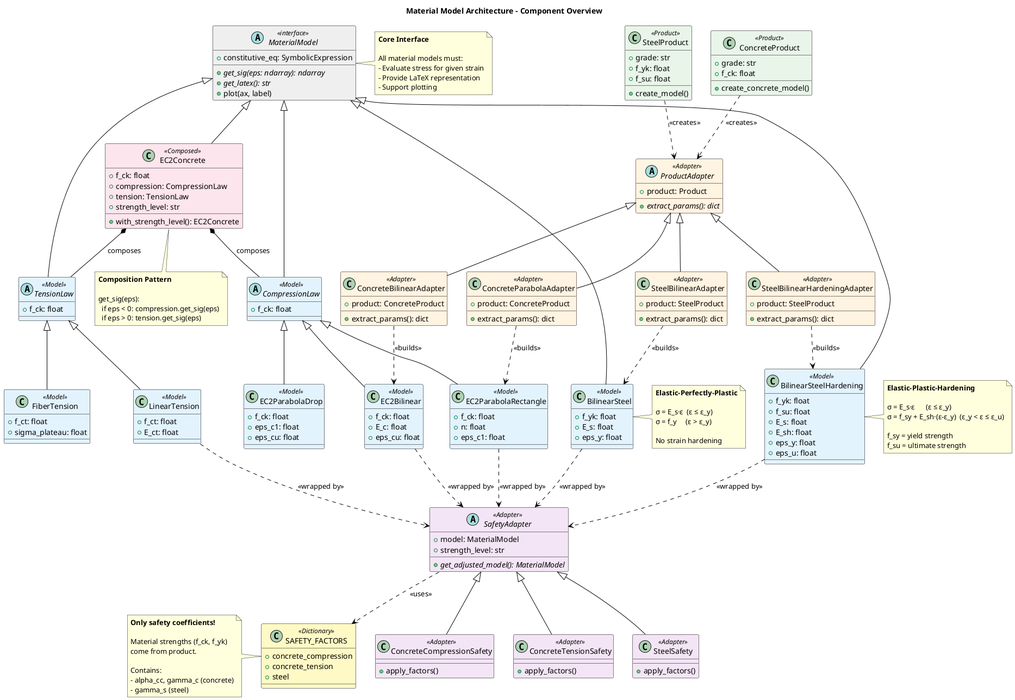
Before: dev_docs/Material Model Architecture - Overview.png, a diagram exported from PlantUML (bmcs-group/bmcs_cross_section).
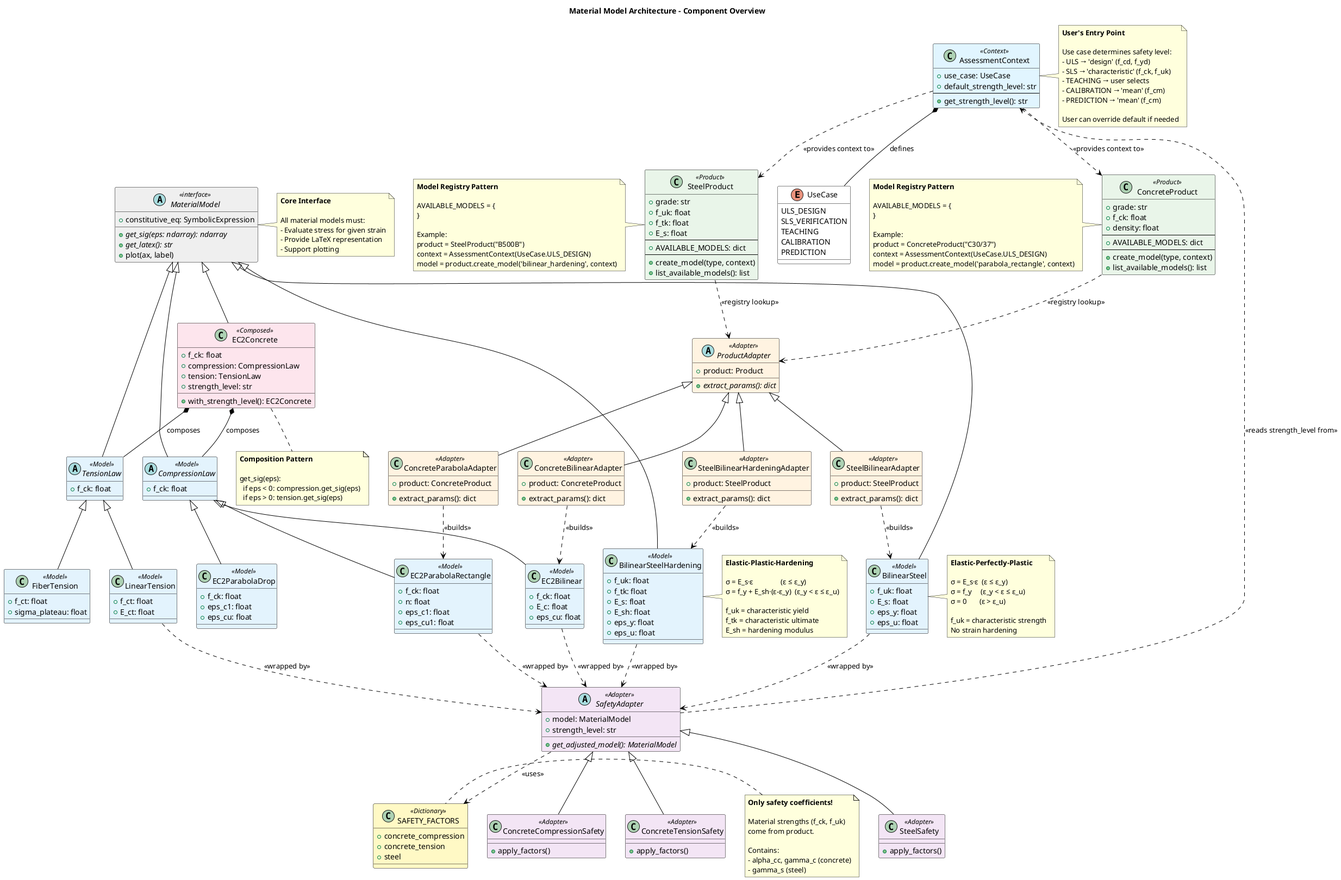
After the change.

Commit message:
Add UseCase context and concrete implementation example

Change to the diagram source:
```diff
@@ -7,6 +7,34 @@
 skinparam shadowing false
 
 title Material Model Architecture - Component Overview
+
+class AssessmentContext <<Context>> #E1F5FE {
+    + use_case: UseCase
+    + default_strength_level: str
+    --
+    + get_strength_level(): str
+}
+
+enum UseCase {
+    ULS_DESIGN
+    SLS_VERIFICATION
+    TEACHING
+    CALIBRATION
+    PREDICTION
+}
+
+note right of AssessmentContext
+  <b>User's Entry Point</b>
+
+  Use case determines safety level:
+  - ULS → 'design' (f_cd, f_yd)
+  - SLS → 'characteristic' (f_ck, f_uk)
+  - TEACHING → user selects
+  - CALIBRATION → 'mean' (f_cm)
+  - PREDICTION → 'mean' (f_cm)
+
+  User can override default if needed
+end note
 
 abstract class MaterialModel <<interface>> #EEEEEE {
     + constitutive_eq: SymbolicExpression
@@ -27,15 +55,49 @@
 class ConcreteProduct <<Product>> #E8F5E9 {
     + grade: str
     + f_ck: float
-    + create_concrete_model()
+    + density: float
+    --
+    + AVAILABLE_MODELS: dict
+    --
+    + create_model(type, context)
+    + list_available_models(): list
 }
+
+note left of ConcreteProduct
+  <b>Model Registry Pattern</b>
+
+  AVAILABLE_MODELS = {
+  }
+
+  Example:
+  product = ConcreteProduct("C30/37")
+  context = AssessmentContext(UseCase.ULS_DESIGN)
+  model = product.create_model('parabola_rectangle', context)
+end note
 
 class SteelProduct <<Product>> #E8F5E9 {
     + grade: str
-    + f_yk: float
-    + f_su: float
-    + create_model()
+    + f_uk: float
+    + f_tk: float
+    + E_s: float
+    --
+    + AVAILABLE_MODELS: dict
+    --
+    + create_model(type, context)
+    + list_available_models(): list
 }
+
+note left of SteelProduct
+  <b>Model Registry Pattern</b>
+
+  AVAILABLE_MODELS = {
+  }
+
+  Example:
+  product = SteelProduct("B500B")
+  context = AssessmentContext(UseCase.ULS_DESIGN)
+  model = product.create_model('bilinear_hardening', context)
+end note
 
 abstract class ProductAdapter <<Adapter>> #FFF3E0 {
     + product: Product
@@ -70,6 +132,7 @@
     + f_ck: float
     + n: float
     + eps_c1: float
+    + eps_cu1: float
 }
 
 class EC2Bilinear <<Model>> #E3F2FD {
@@ -99,23 +162,26 @@
 }
 
 class BilinearSteel <<Model>> #E3F2FD {
-    + f_yk: float
+    + f_uk: float
     + E_s: float
     + eps_y: float
+    + eps_u: float
 }
 
 note right of BilinearSteel
   <b>Elastic-Perfectly-Plastic</b>
 
   σ = E_s·ε  (ε ≤ ε_y)
-  σ = f_y     (ε > ε_y)
+  σ = f_y     (ε_y < ε ≤ ε_u)
+  σ = 0       (ε > ε_u)
 
+  f_uk = characteristic strength
   No strain hardening
 end note
 
 class BilinearSteelHardening <<Model>> #E3F2FD {
-    + f_yk: float
-    + f_su: float
+    + f_uk: float
+    + f_tk: float
     + E_s: float
     + E_sh: float
     + eps_y: float
@@ -125,11 +191,12 @@
 note right of BilinearSteelHardening
   <b>Elastic-Plastic-Hardening</b>
 
-  σ = E_s·ε      (ε ≤ ε_y)
-  σ = f_sy + E_sh·(ε-ε_y)  (ε_y < ε ≤ ε_u)
+  σ = E_s·ε               (ε ≤ ε_y)
+  σ = f_y + E_sh·(ε-ε_y)  (ε_y < ε ≤ ε_u)
 
-  f_sy = yield strength
-  f_su = ultimate strength
+  f_uk = characteristic yield
+  f_tk = characteristic ultimate
+  E_sh = hardening modulus
 end note
 
 abstract class SafetyAdapter <<Adapter>> #F3E5F5 {
@@ -159,7 +226,7 @@
 note left of SAFETY_FACTORS
   <b>Only safety coefficients!</b>
 
-  Material strengths (f_ck, f_yk)
+  Material strengths (f_ck, f_uk)
   come from product.
 
   Contains:
@@ -205,8 +272,12 @@
 SafetyAdapter <|-- ConcreteTensionSafety
 SafetyAdapter <|-- SteelSafety
 
-ConcreteProduct ..> ProductAdapter : <<creates>>
-SteelProduct ..> ProductAdapter : <<creates>>
+AssessmentContext *-- UseCase : defines
+AssessmentContext ..> ConcreteProduct : <<provides context to>>
+AssessmentContext ..> SteelProduct : <<provides context to>>
+
+ConcreteProduct ..> ProductAdapter : <<registry lookup>>
+SteelProduct ..> ProductAdapter : <<registry lookup>>
 
 ConcreteParabolaAdapter ..> EC2ParabolaRectangle : <<builds>>
 ConcreteBilinearAdapter ..> EC2Bilinear : <<builds>>
@@ -220,6 +291,7 @@
 BilinearSteelHardening ..> SafetyAdapter : <<wrapped by>>
 
 SafetyAdapter ..> SAFETY_FACTORS : <<uses>>
+SafetyAdapter ..> AssessmentContext : <<reads strength_level from>>
 
 EC2Concrete *-- CompressionLaw : composes
 EC2Concrete *-- TensionLaw : composes
```
